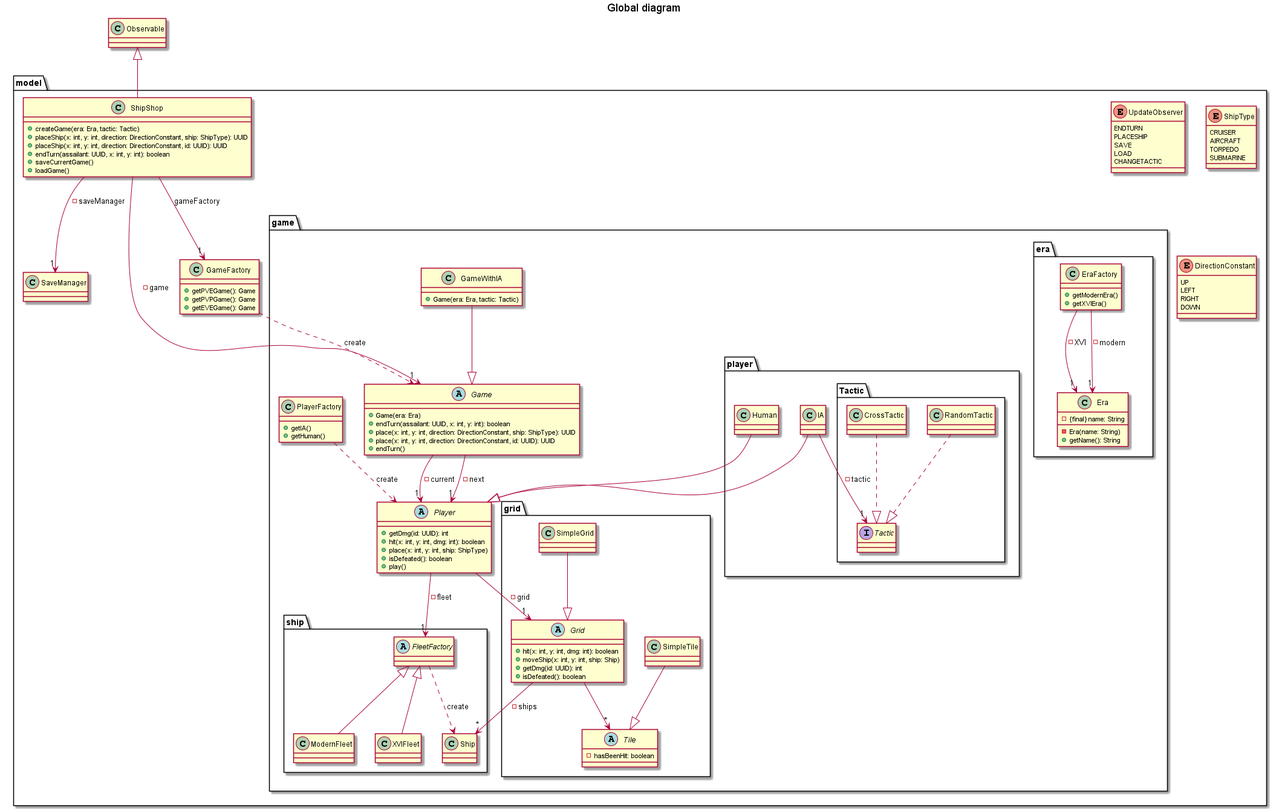
This is doc/conception/image/class/global.png from Reynault/ShipShop, a PlantUML export, as it was before one commit.
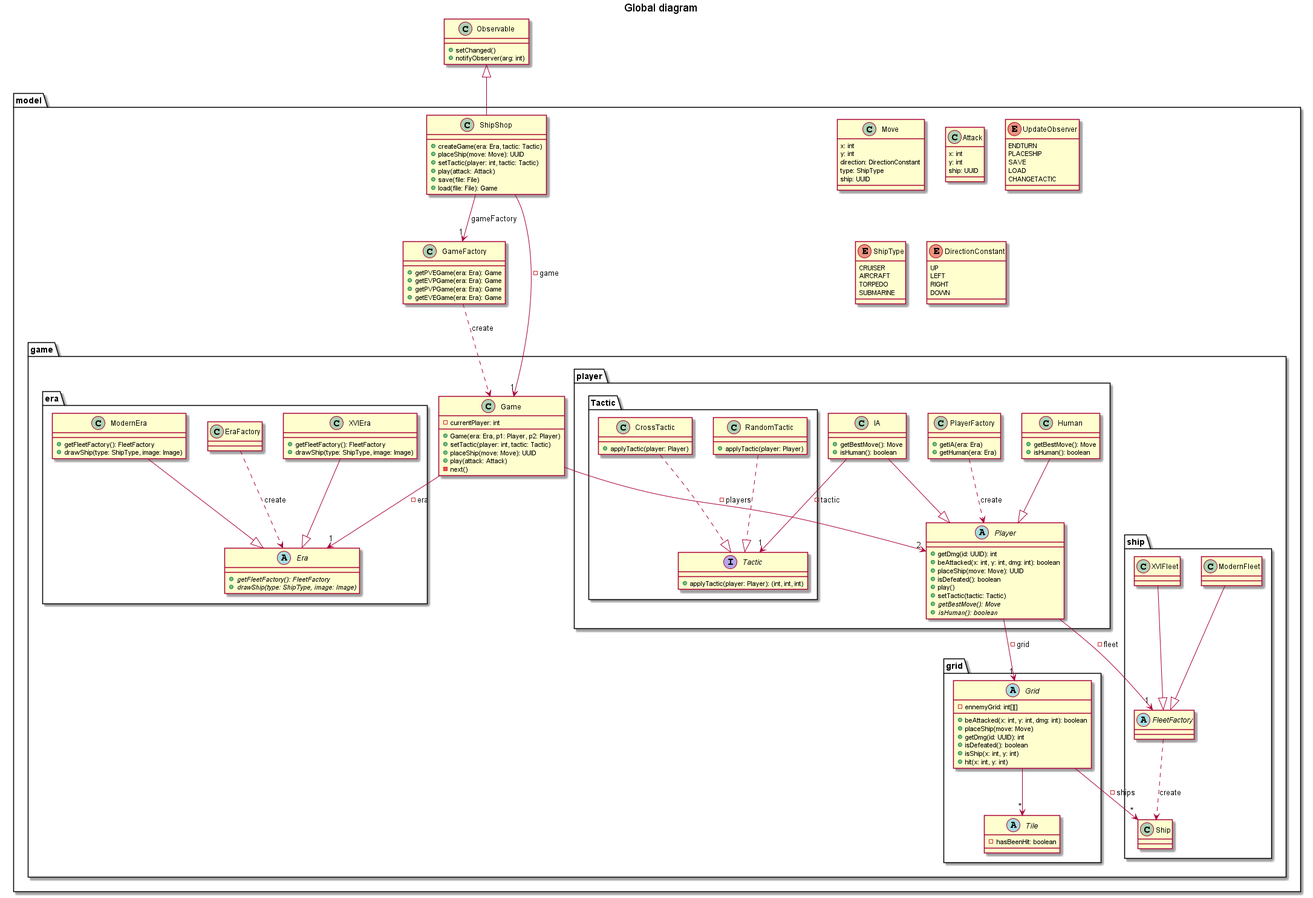
The same file after the commit.

The edit, as a diff of the source:
```diff
@@ -3,28 +3,31 @@
 title Global diagram
 
 class Observable{
-
+    + setChanged()
+    + notifyObserver(arg: int)
 }
 
 package model{
 
-    class ShipShop{
-        + createGame(era: Era, tactic: Tactic)
-        + placeShip(x: int, y: int, direction: DirectionConstant, ship: ShipType): UUID
-        + placeShip(x: int, y: int, direction: DirectionConstant, id: UUID): UUID
-        + endTurn(assailant: UUID, x: int, y: int): boolean
-        + saveCurrentGame()
-        + loadGame()
+    class Move{
+        x: int
+        y: int
+        direction: DirectionConstant
+        type: ShipType
+        ship: UUID
+    }
+
+    class Attack{
+        x: int
+        y: int
+        ship: UUID
     }
 
     class GameFactory{
-        + getPVEGame(): Game
-        + getPVPGame(): Game
-        + getEVEGame(): Game
-    }
-
-    class SaveManager{
-
+        + getPVEGame(era: Era): Game
+        + getEVPGame(era: Era): Game
+        + getPVPGame(era: Era): Game
+        + getEVEGame(era: Era): Game
     }
 
     enum UpdateObserver{
@@ -49,53 +52,65 @@
         DOWN
     }
 
+    class ShipShop{
+        + createGame(era: Era, tactic: Tactic)
+        + placeShip(move: Move): UUID
+        + setTactic(player: int, tactic: Tactic)
+        + play(attack: Attack)
+        + save(file: File)
+        + load(file: File): Game
+    }
+
     package game{
 
-        abstract Game{
-            + Game(era: Era)
-            + endTurn(assailant: UUID, x: int, y: int): boolean
-            + place(x: int, y: int, direction: DirectionConstant, ship: ShipType): UUID
-            + place(x: int, y: int, direction: DirectionConstant, id: UUID): UUID
-            + endTurn()
+        package era{
+
+            class EraFactory{
+
+            }
+
+            abstract Era{
+                + {abstract} getFleetFactory(): FleetFactory
+                + {abstract} drawShip(type: ShipType, image: Image)
+            }
+
+            class ModernEra{
+                + getFleetFactory(): FleetFactory
+                + drawShip(type: ShipType, image: Image)
+            }
+
+            class XVIEra{
+                + getFleetFactory(): FleetFactory
+                + drawShip(type: ShipType, image: Image)
+            }
+
         }
 
-        class GameWithIA{
-            + Game(era: Era, tactic: Tactic)
-        }
-
-        class PlayerFactory{
-            + getIA()
-            + getHuman()
-        }
-
-        abstract Player{
-            + getDmg(id: UUID): int
-            + hit(x: int, y: int, dmg: int): boolean
-            + place(x: int, y: int, ship: ShipType)
-            + isDefeated(): boolean
-            + play()
+        class Game{
+            - currentPlayer: int
+            + Game(era: Era, p1: Player, p2: Player)
+            + setTactic(player: int, tactic: Tactic)
+            + placeShip(move: Move): UUID
+            + play(attack: Attack)
+            - next()
         }
 
         package grid{
 
             abstract Grid{
-                + hit(x: int, y: int, dmg: int): boolean
-                + moveShip(x: int, y: int, ship: Ship)
+                - ennemyGrid: int[][]
+                + beAttacked(x: int, y: int, dmg: int): boolean
+                + placeShip(move: Move)
                 + getDmg(id: UUID): int
                 + isDefeated(): boolean
-            }
-
-            class SimpleGrid{
-
+                + isShip(x: int, y: int)
+                + hit(x: int, y: int)
             }
 
             abstract Tile{
                 - hasBeenHit: boolean
             }
 
-            class SimpleTile{
-
-            }
 
         }
 
@@ -120,44 +135,49 @@
         }
 
 
-        package era{
 
-            class Era{
-                - {final} name: String
-                - Era(name: String)
-                + getName(): String
-            }
-
-            class EraFactory{
-                + getModernEra()
-                + getXVIEra()
-            }
-
-        }
 
         package player{
 
+            class PlayerFactory{
+                + getIA(era: Era)
+                + getHuman(era: Era)
+            }
+
+            abstract Player{
+                + getDmg(id: UUID): int
+                + beAttacked(x: int, y: int, dmg: int): boolean
+                + placeShip(move: Move): UUID
+                + isDefeated(): boolean
+                + play()
+                + setTactic(tactic: Tactic)
+                + {abstract} getBestMove(): Move
+                + {abstract} isHuman(): boolean
+            }
+
+            class Human{
+                + getBestMove(): Move
+                + isHuman(): boolean
+            }
+
             class IA{
-
+                + getBestMove(): Move
+                + isHuman(): boolean
             }
 
             package Tactic{
 
                 interface Tactic{
-
+                    + applyTactic(player: Player): (int, int, int)
                 }
 
                 class RandomTactic{
-
+                    + applyTactic(player: Player)
                 }
 
                 class CrossTactic{
-
+                    + applyTactic(player: Player)
                 }
-
-            }
-
-            class Human{
 
             }
 
@@ -170,34 +190,24 @@
 
 ShipShop --> "1" GameFactory: gameFactory
 ShipShop --> "1" Game: - game
-ShipShop --> "1" SaveManager: -saveManager
 ShipShop -up-|> Observable
 
 GameFactory ..> Game: create
 
-Game --> "1" Player: - current
-Game --> "1" Player: - next
+Game --> "2" Player: - players
 
 Grid --> "*" Ship: - ships
 Grid --> "*" Tile
 
 FleetFactory ..> Ship: "create"
 
-SimpleGrid --|> Grid
-SimpleTile --|> Tile
-
 PlayerFactory ..>  Player: "create"
 
 Player --> "1" FleetFactory: - fleet
-Player --> "1" Grid: -grid
+Player --> "1" Grid: - grid
 
-GameWithIA --|> Game
-
-EraFactory --> "1" Era: -modern
-EraFactory --> "1" Era: -XVI
-
-ModernFleet -up-|> FleetFactory
-XVIFleet -up-|> FleetFactory
+ModernFleet --|> FleetFactory
+XVIFleet --|> FleetFactory
 
 Human --|> Player
 
@@ -207,5 +217,10 @@
 RandomTactic ..|> Tactic
 CrossTactic ..|> Tactic
 
+Game --> "1" Era: - era
+EraFactory ..> Era: create
+
+ModernEra --|> Era
+XVIEra --|> Era
 
 @enduml
```
